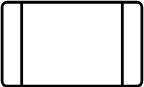
Earlier version of the draw.io export pildid/Voodiagrammi_eel_protsess.svg (Rihosepp-40B/TarkvaraArendusprotsess). Source tidied: cells renumbered, new cells last; positions are measured from the earlier drawing's top-left corner, leaving out a move shared by most shapes. The source it was exported from:
```xml
<mxGraphModel>
  <root>
    <mxCell id="0" />
    <mxCell id="1" parent="0" />
    <mxCell id="2" style="verticalLabelPosition=bottom;verticalAlign=top;html=1;shape=process;whiteSpace=wrap;rounded=1;size=0.14;arcSize=6;strokeWidth=2;strokeColor=light-dark(#000000,#D4AF37);fillColor=none;" parent="1" vertex="1">
      <mxGeometry width="100" height="60" as="geometry" />
    </mxCell>
  </root>
</mxGraphModel>
```
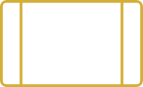
After the change.

Change to the diagram source:
```diff
@@ -2,7 +2,7 @@
   <root>
     <mxCell id="0" />
     <mxCell id="1" parent="0" />
-    <mxCell id="2" style="verticalLabelPosition=bottom;verticalAlign=top;html=1;shape=process;whiteSpace=wrap;rounded=1;size=0.14;arcSize=6;strokeWidth=2;strokeColor=light-dark(#000000,#D4AF37);fillColor=none;" parent="1" vertex="1">
+    <mxCell id="2" style="verticalLabelPosition=bottom;verticalAlign=top;html=1;shape=process;whiteSpace=wrap;rounded=1;size=0.14;arcSize=6;strokeWidth=2;strokeColor=light-dark(#D4AF37,#D4AF37);fillColor=none;" parent="1" vertex="1">
       <mxGeometry width="100" height="60" as="geometry" />
     </mxCell>
   </root>
```
